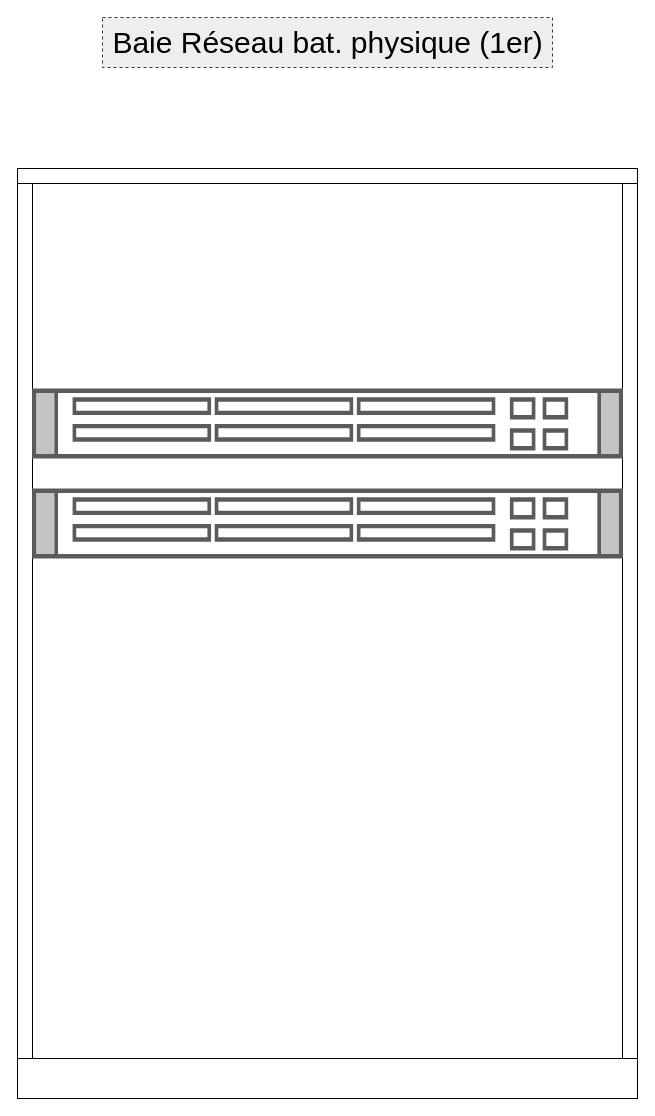
This is page "Baie 1er etage" (3 of 5) of meph-plan_physique.drawio from gI7DUmmY/diagrams, a draw.io file, before an edit. Source tidied: cells renumbered, new cells numbered last; positions are measured from the earlier drawing's top-left corner, leaving out a move shared by most shapes. Both pictures are drawn from the tidied source at 100%, with x=0, y=0 at pixel (17, 17).
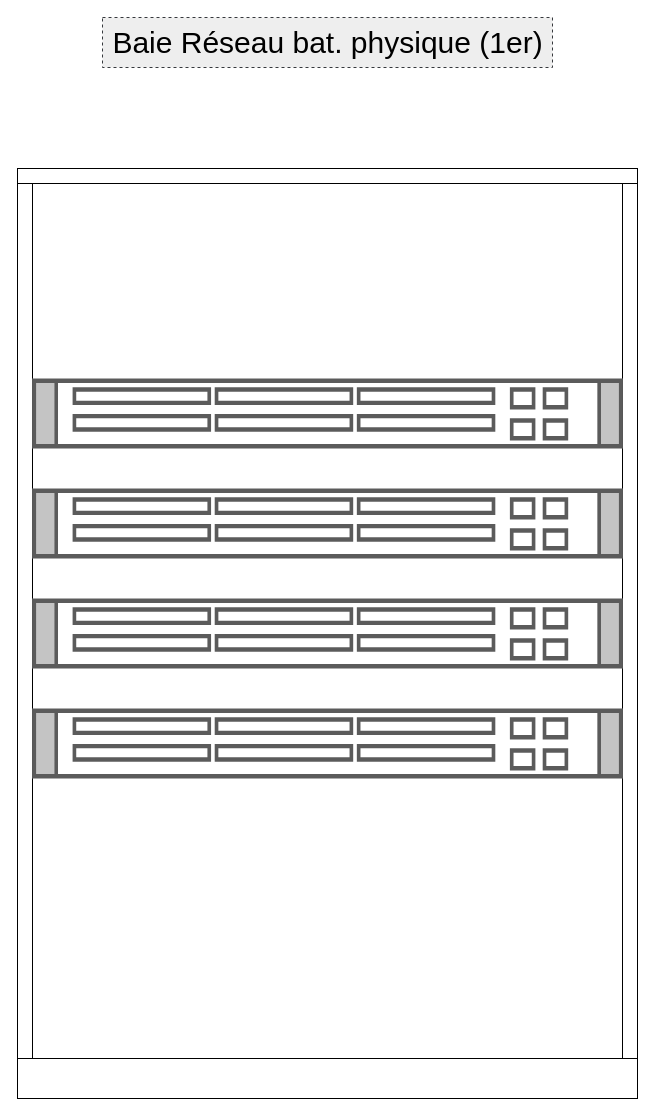
Above is the later version.

Commit message:
Mettre à jour meph-plan_physique.drawio

What changed in the source:
```diff
@@
 <mxGraphModel>
   <root>
     <mxCell id="0" />
     <mxCell id="1" parent="0" />
     <mxCell id="2" style="verticalLabelPosition=bottom;dashed=0;shadow=0;html=1;align=center;verticalAlign=top;shape=mxgraph.cabinets.cabinet;hasStand=1;" parent="1" vertex="1">
       <mxGeometry y="151" width="620" height="930" as="geometry" />
     </mxCell>
     <mxCell id="3" style="shape=mxgraph.rack.cisco.cisco_nexus_3064_switch;html=1;labelPosition=right;align=left;spacingLeft=15;dashed=0;shadow=0;fillColor=#ffffff;" parent="1" vertex="1">
-      <mxGeometry x="15" y="371" width="590" height="70" as="geometry" />
+      <mxGeometry x="15" y="361" width="590" height="70" as="geometry" />
     </mxCell>
     <mxCell id="4" style="shape=mxgraph.rack.cisco.cisco_nexus_3064_switch;html=1;labelPosition=right;align=left;spacingLeft=15;dashed=0;shadow=0;fillColor=#ffffff;" parent="1" vertex="1">
       <mxGeometry x="15" y="471" width="590" height="70" as="geometry" />
     </mxCell>
     <mxCell id="5" value="Baie Réseau bat. physique (1er)" style="text;html=1;align=center;verticalAlign=middle;fontFamily=Helvetica;fontSize=30;fillColor=#eeeeee;strokeColor=#36393d;dashed=1;" parent="1" vertex="1">
       <mxGeometry x="85" width="450" height="50" as="geometry" />
     </mxCell>
+    <mxCell id="6" style="shape=mxgraph.rack.cisco.cisco_nexus_3064_switch;html=1;labelPosition=right;align=left;spacingLeft=15;dashed=0;shadow=0;fillColor=#ffffff;" parent="1" vertex="1">
+      <mxGeometry x="15" y="581" width="590" height="70" as="geometry" />
+    </mxCell>
+    <mxCell id="7" style="shape=mxgraph.rack.cisco.cisco_nexus_3064_switch;html=1;labelPosition=right;align=left;spacingLeft=15;dashed=0;shadow=0;fillColor=#ffffff;" parent="1" vertex="1">
+      <mxGeometry x="15" y="691" width="590" height="70" as="geometry" />
+    </mxCell>
   </root>
 </mxGraphModel>
```
